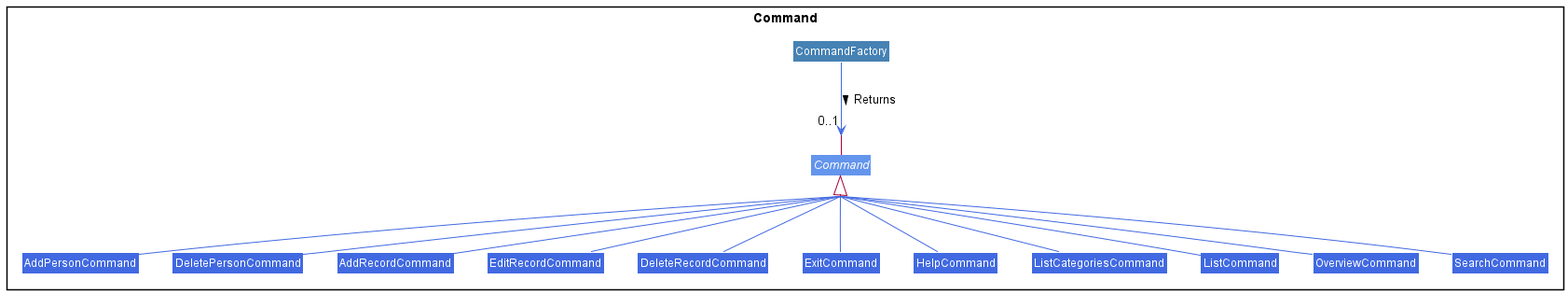
Before: docs/images/CommandsClassDiagram.png, a diagram exported from PlantUML (nus-cs2113-AY2122S2/tp).
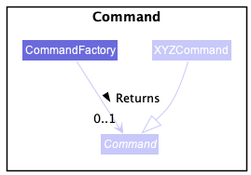
The same diagram one commit later.

Diff of the diagram source:
```diff
@@ -4,33 +4,13 @@
 !include style.puml
 
 Package Command as C {
-    abstract class Command COMMAND_COLOR_T3
-    class CommandFactory COMMAND_COLOR
-    class AddPersonCommand COMMAND_COLOR_T1
-    class DeletePersonCommand COMMAND_COLOR_T1
-    class AddRecordCommand COMMAND_COLOR_T1
-    class EditRecordCommand COMMAND_COLOR_T1
-    class DeleteRecordCommand COMMAND_COLOR_T1
-    class ExitCommand COMMAND_COLOR_T1
-    class HelpCommand COMMAND_COLOR_T1
-    class ListCategoriesCommand COMMAND_COLOR_T1
-    class ListCommand COMMAND_COLOR_T1
-    class OverviewCommand COMMAND_COLOR_T1
-    class SearchCommand COMMAND_COLOR_T1
+    class XYZCommand LOGIC_COLOR_T3
+    abstract class Command LOGIC_COLOR_T3
+    class CommandFactory LOGIC_COLOR_T2
+
 }
 
-Command <|-[COMMAND_COLOR_T1]- AddRecordCommand
-Command <|-[COMMAND_COLOR_T1]- DeleteRecordCommand
-Command <|-[COMMAND_COLOR_T1]-AddPersonCommand
-Command <|-[COMMAND_COLOR_T1]- DeletePersonCommand
-Command <|-[COMMAND_COLOR_T1]- EditRecordCommand
-Command <|-[COMMAND_COLOR_T1]- ExitCommand
-Command <|-[COMMAND_COLOR_T1]- ListCategoriesCommand
-Command <|-[COMMAND_COLOR_T1]- OverviewCommand
-Command <|-[COMMAND_COLOR_T1]- HelpCommand
-Command <|-[COMMAND_COLOR_T1]- ListCommand
-Command <|-[COMMAND_COLOR_T1]- SearchCommand
+XYZCommand -[LOGIC_COLOR_T3]-|> Command
+CommandFactory -[LOGIC_COLOR_T3]->"0..1" Command : Returns >
 
-
-CommandFactory -[COMMAND_COLOR_T1]->"0..1" Command : Returns >
 @enduml
```
